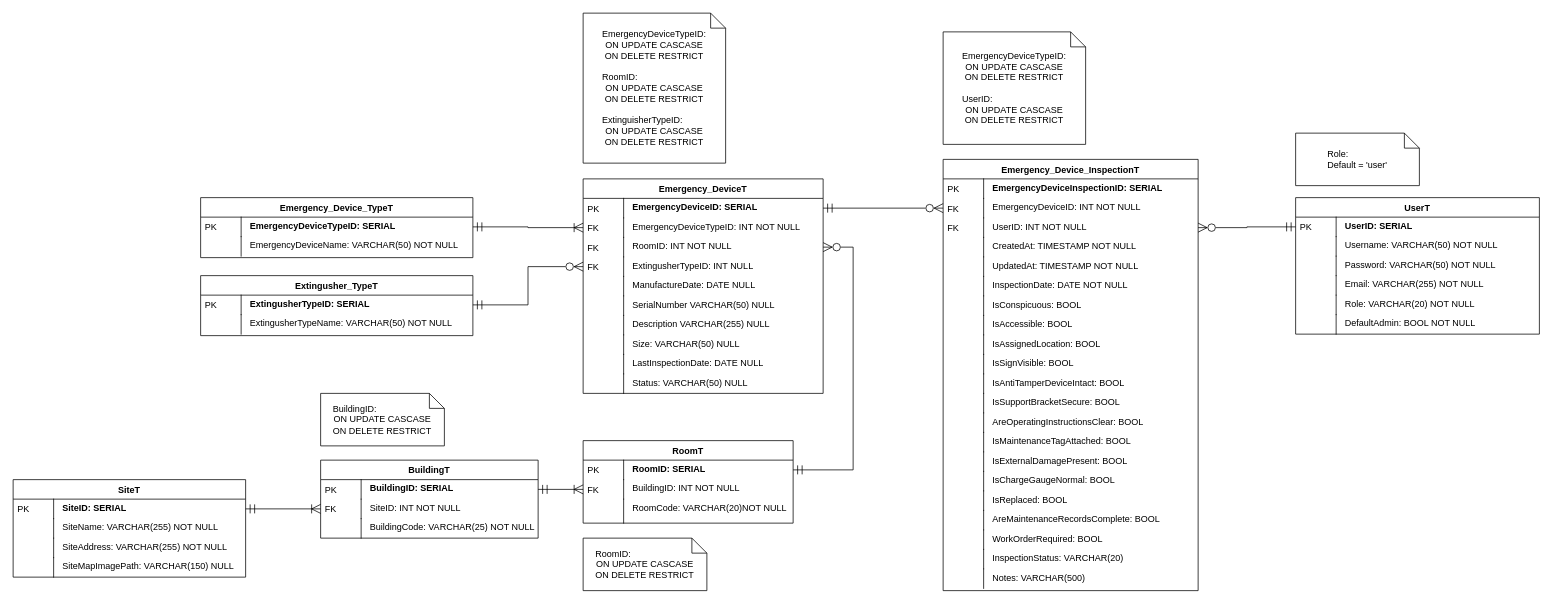
Earlier version of the draw.io diagram Diagrams/ERD/erd.drawio (AlexGithub777/BAP---Project). Source tidied: cells renumbered, new cells numbered last; positions are measured from the earlier drawing's top-left corner, leaving out a move shared by most shapes. Both pictures are drawn from the tidied source at 75%, with x=0, y=0 at pixel (13, 13).
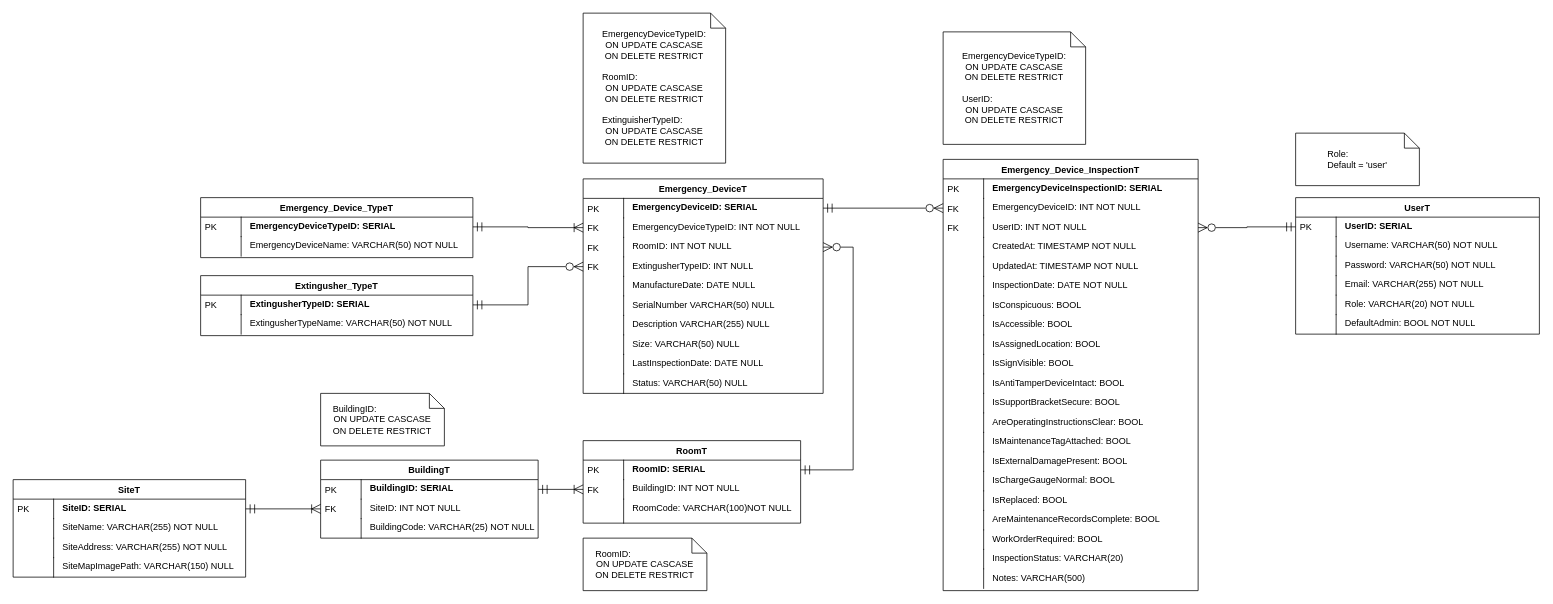
The same page after the edit.

Change to the diagram source:
```diff
@@
     <mxCell id="39" value="RoomT" style="swimlane;fontStyle=1;horizontal=1;startSize=26;fillColor=default;swimlaneFillColor=default;align=center;" parent="1" vertex="1">
-      <mxGeometry x="760" y="570" width="280" height="110" as="geometry" />
+      <mxGeometry x="760" y="570" width="290" height="110" as="geometry" />
     </mxCell>
     <mxCell id="40" value="RoomID: SERIAL" style="shape=partialRectangle;top=0;left=0;right=0;bottom=0;align=left;verticalAlign=top;spacingTop=-2;fillColor=none;spacingLeft=64;spacingRight=4;overflow=hidden;points=[[0,0.5],[1,0.5]];portConstraint=eastwest;fontStyle=1;" parent="39" vertex="1">
-      <mxGeometry y="26" width="280" height="26" as="geometry" />
+      <mxGeometry y="26" width="290" height="26" as="geometry" />
     </mxCell>
@@
     <mxCell id="42" value="BuildingID: INT NOT NULL" style="shape=partialRectangle;top=0;left=0;right=0;bottom=0;align=left;verticalAlign=top;spacingTop=-2;fillColor=none;spacingLeft=64;spacingRight=4;overflow=hidden;points=[[0,0.5],[1,0.5]];portConstraint=eastwest;" parent="39" vertex="1">
-      <mxGeometry y="52" width="280" height="26" as="geometry" />
+      <mxGeometry y="52" width="290" height="26" as="geometry" />
     </mxCell>
@@
-    <mxCell id="44" value="RoomCode: VARCHAR(20)NOT NULL" style="shape=partialRectangle;top=0;left=0;right=0;bottom=0;align=left;verticalAlign=top;spacingTop=-2;fillColor=none;spacingLeft=64;spacingRight=4;overflow=hidden;" parent="39" vertex="1">
-      <mxGeometry y="78" width="280" height="32" as="geometry" />
+    <mxCell id="44" value="RoomCode: VARCHAR(100)NOT NULL" style="shape=partialRectangle;top=0;left=0;right=0;bottom=0;align=left;verticalAlign=top;spacingTop=-2;fillColor=none;spacingLeft=64;spacingRight=4;overflow=hidden;" parent="39" vertex="1">
+      <mxGeometry y="78" width="290" height="32" as="geometry" />
     </mxCell>
```
